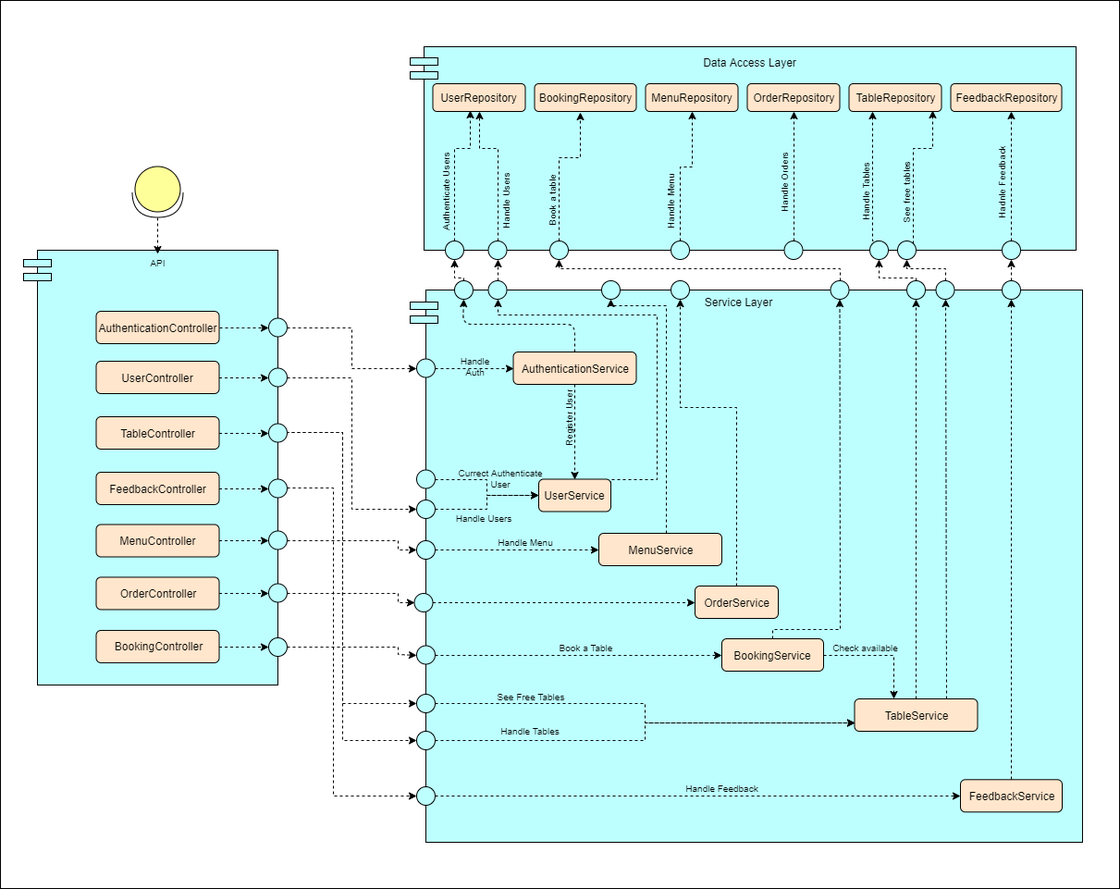
Above: diagrams/Backend Functional Viewpoint.png in ianic1999/tasty-food-here-platform (draw.io), before the change. Source tidied: cells renumbered, new cells last; positions are measured from the earlier drawing's top-left corner, leaving out a move shared by most shapes.
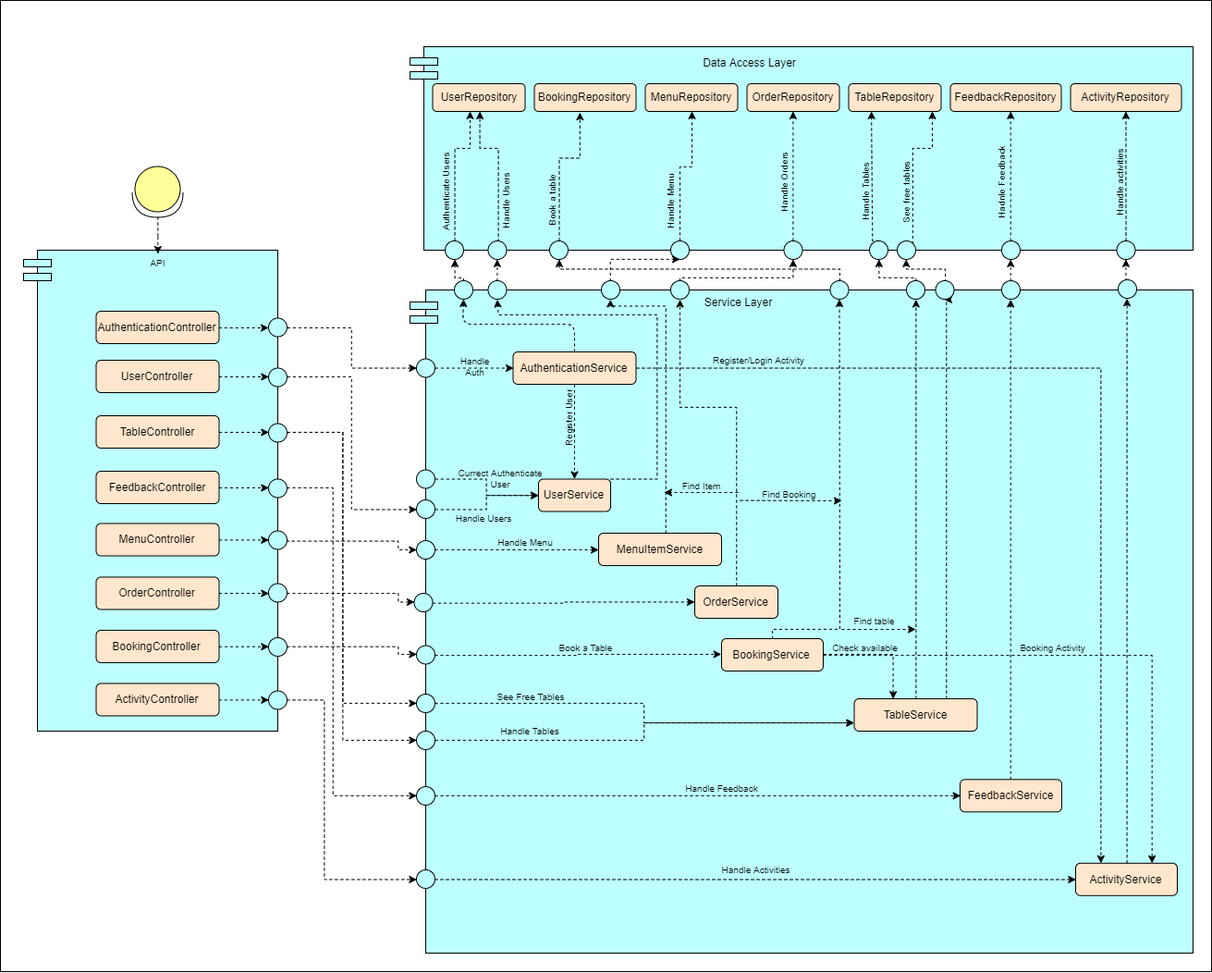
Later version of the same file.

Commit message:
create activity entity

Diff of the diagram source:
```diff
@@ -3,10 +3,10 @@
     <mxCell id="0" />
     <mxCell id="1" parent="0" />
     <mxCell id="2" style="rounded=0;whiteSpace=wrap;html=1;" parent="1" vertex="1">
-      <mxGeometry width="1210" height="960" as="geometry" />
+      <mxGeometry width="1310" height="1050" as="geometry" />
     </mxCell>
     <mxCell id="3" style="rounded=0;whiteSpace=wrap;html=1;fillColor=#BDFFFF;" parent="1" vertex="1">
-      <mxGeometry x="458" y="50" width="705" height="220" as="geometry" />
+      <mxGeometry x="458" y="50" width="832" height="220" as="geometry" />
     </mxCell>
     <mxCell id="4" value="Data Access Layer" style="text;html=1;strokeColor=none;fillColor=none;align=center;verticalAlign=middle;whiteSpace=wrap;rounded=0;" parent="1" vertex="1">
       <mxGeometry x="745" y="57" width="130" height="20" as="geometry" />
@@ -41,7 +41,7 @@
       <mxGeometry x="481" y="260" width="20" height="20" as="geometry" />
     </mxCell>
     <mxCell id="13" style="rounded=0;whiteSpace=wrap;html=1;fillColor=#BDFFFF;" parent="1" vertex="1">
-      <mxGeometry x="460" y="313" width="710" height="597" as="geometry" />
+      <mxGeometry x="460" y="313" width="830" height="717" as="geometry" />
     </mxCell>
     <mxCell id="14" value="Service Layer" style="text;html=1;strokeColor=none;fillColor=none;align=center;verticalAlign=middle;whiteSpace=wrap;rounded=0;" parent="1" vertex="1">
       <mxGeometry x="751" y="316" width="93" height="20" as="geometry" />
@@ -49,6 +49,9 @@
     <mxCell id="15" style="edgeStyle=orthogonalEdgeStyle;rounded=0;jettySize=auto;html=1;exitX=0.5;exitY=1;exitDx=0;exitDy=0;entryX=0.5;entryY=0;entryDx=0;entryDy=0;dashed=1;fontSize=10;" parent="1" edge="1" source="16" target="18">
       <mxGeometry relative="1" as="geometry" />
     </mxCell>
+    <mxCell id="135" style="edgeStyle=orthogonalEdgeStyle;rounded=0;jettySize=auto;html=1;exitX=1;exitY=0.5;exitDx=0;exitDy=0;entryX=0.25;entryY=0;entryDx=0;entryDy=0;dashed=1;" parent="1" edge="1" source="16" target="148">
+      <mxGeometry relative="1" as="geometry" />
+    </mxCell>
     <mxCell id="16" value="AuthenticationService" style="rounded=1;whiteSpace=wrap;html=1;fillColor=#FFE6CC;" parent="1" vertex="1">
       <mxGeometry x="554.5" y="380" width="133" height="35" as="geometry" />
     </mxCell>
@@ -75,6 +78,9 @@
         </Array>
       </mxGeometry>
     </mxCell>
+    <mxCell id="136" style="edgeStyle=orthogonalEdgeStyle;rounded=0;jettySize=auto;html=1;entryX=0.75;entryY=0;entryDx=0;entryDy=0;dashed=1;" parent="1" edge="1" source="21" target="148">
+      <mxGeometry relative="1" as="geometry" />
+    </mxCell>
     <mxCell id="21" value="BookingService" style="rounded=1;whiteSpace=wrap;html=1;fillColor=#FFE6CC;" parent="1" vertex="1">
       <mxGeometry x="780" y="690" width="110" height="35" as="geometry" />
     </mxCell>
@@ -104,7 +110,7 @@
         </Array>
       </mxGeometry>
     </mxCell>
-    <mxCell id="27" value="MenuService" style="rounded=1;whiteSpace=wrap;html=1;fillColor=#FFE6CC;" parent="1" vertex="1">
+    <mxCell id="27" value="MenuItemService" style="rounded=1;whiteSpace=wrap;html=1;fillColor=#FFE6CC;" parent="1" vertex="1">
       <mxGeometry x="647" y="576" width="133" height="35" as="geometry" />
     </mxCell>
     <mxCell id="28" style="edgeStyle=orthogonalEdgeStyle;rounded=0;jettySize=auto;html=1;exitX=0.5;exitY=0;exitDx=0;exitDy=0;entryX=0.5;entryY=1;entryDx=0;entryDy=0;dashed=1;fontSize=10;" parent="1" edge="1" source="30" target="81">
@@ -380,14 +386,31 @@
     <mxCell id="97" style="ellipse;whiteSpace=wrap;html=1;fillColor=#BDFFFF;" parent="1" vertex="1">
       <mxGeometry x="447.5" y="641" width="20" height="20" as="geometry" />
     </mxCell>
+    <mxCell id="137" style="edgeStyle=orthogonalEdgeStyle;rounded=0;jettySize=auto;html=1;exitX=0.5;exitY=0;exitDx=0;exitDy=0;entryX=0.5;entryY=1;entryDx=0;entryDy=0;dashed=1;" parent="1" edge="1" source="98" target="43">
+      <mxGeometry relative="1" as="geometry">
+        <Array as="points">
+          <mxPoint x="735" y="300" />
+          <mxPoint x="857" y="300" />
+        </Array>
+      </mxGeometry>
+    </mxCell>
     <mxCell id="98" style="ellipse;whiteSpace=wrap;html=1;fillColor=#BDFFFF;" parent="1" vertex="1">
       <mxGeometry x="725" y="303" width="20" height="20" as="geometry" />
     </mxCell>
+    <mxCell id="138" style="edgeStyle=orthogonalEdgeStyle;rounded=0;orthogonalLoop=1;jettySize=auto;html=1;exitX=0.5;exitY=0;exitDx=0;exitDy=0;entryX=0.5;entryY=1;entryDx=0;entryDy=0;dashed=1;" parent="1" edge="1">
+      <mxGeometry relative="1" as="geometry">
+        <mxPoint x="659.8" y="303.4" as="sourcePoint" />
+        <mxPoint x="735.1" y="279.9" as="targetPoint" />
+        <Array as="points">
+          <mxPoint x="660" y="280" />
+        </Array>
+      </mxGeometry>
+    </mxCell>
     <mxCell id="99" style="ellipse;whiteSpace=wrap;html=1;fillColor=#BDFFFF;" parent="1" vertex="1">
       <mxGeometry x="650" y="303" width="20" height="20" as="geometry" />
     </mxCell>
     <mxCell id="100" style="rounded=0;whiteSpace=wrap;html=1;fillColor=#BDFFFF;fontSize=10;" parent="1" vertex="1">
-      <mxGeometry x="40" y="270" width="260" height="470" as="geometry" />
+      <mxGeometry x="40" y="270" width="260" height="520" as="geometry" />
     </mxCell>
     <mxCell id="101" value="API" style="text;html=1;strokeColor=none;fillColor=none;align=center;verticalAlign=middle;whiteSpace=wrap;rounded=0;fontSize=10;" parent="1" vertex="1">
       <mxGeometry x="150" y="274" width="40" height="20" as="geometry" />
@@ -414,25 +437,25 @@
       <mxGeometry relative="1" as="geometry" />
     </mxCell>
     <mxCell id="109" value="UserController" style="rounded=1;whiteSpace=wrap;html=1;fillColor=#FFE6CC;" parent="1" vertex="1">
-      <mxGeometry x="103.5" y="390" width="133" height="35" as="geometry" />
+      <mxGeometry x="103.5" y="389" width="133" height="35" as="geometry" />
     </mxCell>
     <mxCell id="110" style="edgeStyle=orthogonalEdgeStyle;rounded=0;jettySize=auto;html=1;entryX=0;entryY=0.5;entryDx=0;entryDy=0;dashed=1;fontSize=10;" parent="1" edge="1" source="111" target="126">
       <mxGeometry relative="1" as="geometry" />
     </mxCell>
     <mxCell id="111" value="TableController" style="rounded=1;whiteSpace=wrap;html=1;fillColor=#FFE6CC;" parent="1" vertex="1">
-      <mxGeometry x="103.5" y="450" width="133" height="35" as="geometry" />
+      <mxGeometry x="103.5" y="449" width="133" height="35" as="geometry" />
     </mxCell>
     <mxCell id="112" style="edgeStyle=orthogonalEdgeStyle;rounded=0;jettySize=auto;html=1;entryX=0;entryY=0.5;entryDx=0;entryDy=0;dashed=1;fontSize=10;" parent="1" edge="1" source="113" target="128">
       <mxGeometry relative="1" as="geometry" />
     </mxCell>
     <mxCell id="113" value="FeedbackController" style="rounded=1;whiteSpace=wrap;html=1;fillColor=#FFE6CC;" parent="1" vertex="1">
-      <mxGeometry x="103.5" y="510" width="133" height="35" as="geometry" />
+      <mxGeometry x="103.5" y="509" width="133" height="35" as="geometry" />
     </mxCell>
     <mxCell id="114" style="edgeStyle=orthogonalEdgeStyle;rounded=0;jettySize=auto;html=1;entryX=0;entryY=0.5;entryDx=0;entryDy=0;dashed=1;fontSize=10;" parent="1" edge="1" source="115" target="130">
       <mxGeometry relative="1" as="geometry" />
     </mxCell>
     <mxCell id="115" value="MenuController" style="rounded=1;whiteSpace=wrap;html=1;fillColor=#FFE6CC;" parent="1" vertex="1">
-      <mxGeometry x="103.5" y="566.5" width="133" height="35" as="geometry" />
+      <mxGeometry x="103.5" y="565.5" width="133" height="35" as="geometry" />
     </mxCell>
     <mxCell id="116" style="edgeStyle=orthogonalEdgeStyle;rounded=0;jettySize=auto;html=1;entryX=0;entryY=0.5;entryDx=0;entryDy=0;dashed=1;fontSize=10;" parent="1" edge="1" source="117" target="132">
       <mxGeometry relative="1" as="geometry" />
@@ -521,5 +544,88 @@
     <mxCell id="134" style="ellipse;whiteSpace=wrap;html=1;fillColor=#BDFFFF;" parent="1" vertex="1">
       <mxGeometry x="290" y="689" width="20" height="20" as="geometry" />
     </mxCell>
+    <mxCell id="139" style="edgeStyle=orthogonalEdgeStyle;rounded=0;jettySize=auto;html=1;exitX=1;exitY=0.5;exitDx=0;exitDy=0;entryX=0;entryY=0.5;entryDx=0;entryDy=0;dashed=1;" parent="1" edge="1" source="140" target="142">
+      <mxGeometry relative="1" as="geometry" />
+    </mxCell>
+    <mxCell id="140" value="ActivityController" style="rounded=1;whiteSpace=wrap;html=1;fillColor=#FFE6CC;" parent="1" vertex="1">
+      <mxGeometry x="103.5" y="738.5" width="133" height="35" as="geometry" />
+    </mxCell>
+    <mxCell id="141" style="edgeStyle=orthogonalEdgeStyle;rounded=0;jettySize=auto;html=1;entryX=0;entryY=0.5;entryDx=0;entryDy=0;dashed=1;" parent="1" edge="1" source="142" target="152">
+      <mxGeometry relative="1" as="geometry">
+        <Array as="points">
+          <mxPoint x="350" y="756" />
+          <mxPoint x="350" y="950" />
+        </Array>
+      </mxGeometry>
+    </mxCell>
+    <mxCell id="142" style="ellipse;whiteSpace=wrap;html=1;fillColor=#BDFFFF;" parent="1" vertex="1">
+      <mxGeometry x="290" y="746.5" width="20" height="20" as="geometry" />
+    </mxCell>
+    <mxCell id="143" value="ActivityRepository" style="rounded=1;whiteSpace=wrap;html=1;fillColor=#FFE6CC;" parent="1" vertex="1">
+      <mxGeometry x="1157.5" y="90" width="120" height="30" as="geometry" />
+    </mxCell>
+    <mxCell id="144" style="edgeStyle=orthogonalEdgeStyle;rounded=0;jettySize=auto;html=1;entryX=0.5;entryY=1;entryDx=0;entryDy=0;dashed=1;" parent="1" edge="1" source="145" target="143">
+      <mxGeometry relative="1" as="geometry" />
+    </mxCell>
+    <mxCell id="145" style="ellipse;whiteSpace=wrap;html=1;fillColor=#BDFFFF;" parent="1" vertex="1">
+      <mxGeometry x="1207.5" y="260" width="20" height="20" as="geometry" />
+    </mxCell>
+    <mxCell id="146" value="Handle activities" style="text;html=1;strokeColor=none;fillColor=none;align=center;verticalAlign=middle;whiteSpace=wrap;rounded=0;fontSize=10;rotation=-90;" parent="1" vertex="1">
+      <mxGeometry x="1155" y="186.8" width="110" height="20" as="geometry" />
+    </mxCell>
+    <mxCell id="147" style="edgeStyle=orthogonalEdgeStyle;rounded=0;jettySize=auto;html=1;entryX=0.5;entryY=1;entryDx=0;entryDy=0;dashed=1;" parent="1" edge="1" source="148" target="150">
+      <mxGeometry relative="1" as="geometry" />
+    </mxCell>
+    <mxCell id="148" value="ActivityService" style="rounded=1;whiteSpace=wrap;html=1;fillColor=#FFE6CC;" parent="1" vertex="1">
+      <mxGeometry x="1163" y="932.8" width="110" height="35" as="geometry" />
+    </mxCell>
+    <mxCell id="149" style="edgeStyle=orthogonalEdgeStyle;rounded=0;jettySize=auto;html=1;exitX=0.5;exitY=0;exitDx=0;exitDy=0;entryX=0.5;entryY=1;entryDx=0;entryDy=0;dashed=1;" parent="1" edge="1" source="150" target="145">
+      <mxGeometry relative="1" as="geometry" />
+    </mxCell>
+    <mxCell id="150" style="ellipse;whiteSpace=wrap;html=1;fillColor=#BDFFFF;" parent="1" vertex="1">
+      <mxGeometry x="1209" y="302" width="20" height="20" as="geometry" />
+    </mxCell>
+    <mxCell id="151" style="edgeStyle=orthogonalEdgeStyle;rounded=0;jettySize=auto;html=1;entryX=0;entryY=0.5;entryDx=0;entryDy=0;dashed=1;" parent="1" edge="1" source="152" target="148">
+      <mxGeometry relative="1" as="geometry" />
+    </mxCell>
+    <mxCell id="152" style="ellipse;whiteSpace=wrap;html=1;fillColor=#BDFFFF;" parent="1" vertex="1">
+      <mxGeometry x="450" y="940" width="20" height="20" as="geometry" />
+    </mxCell>
+    <mxCell id="153" value="Handle Activities" style="text;html=1;strokeColor=none;fillColor=none;align=center;verticalAlign=middle;whiteSpace=wrap;rounded=0;fontSize=10;rotation=0;" parent="1" vertex="1">
+      <mxGeometry x="761.5" y="929.8" width="110" height="20" as="geometry" />
+    </mxCell>
+    <mxCell id="154" style="endArrow=classic;html=1;dashed=1;" parent="1" edge="1">
+      <mxGeometry relative="1" as="geometry">
+        <mxPoint x="910" y="680" as="sourcePoint" />
+        <mxPoint x="990" y="680" as="targetPoint" />
+      </mxGeometry>
+    </mxCell>
+    <mxCell id="155" value="Find table" style="text;html=1;strokeColor=none;fillColor=none;align=center;verticalAlign=middle;whiteSpace=wrap;rounded=0;fontSize=10;rotation=0;" parent="1" vertex="1">
+      <mxGeometry x="890" y="661.3" width="110" height="20" as="geometry" />
+    </mxCell>
+    <mxCell id="156" style="endArrow=classic;html=1;dashed=1;" parent="1" edge="1">
+      <mxGeometry relative="1" as="geometry">
+        <mxPoint x="798" y="532" as="sourcePoint" />
+        <mxPoint x="718" y="532" as="targetPoint" />
+      </mxGeometry>
+    </mxCell>
+    <mxCell id="157" value="Find Item" style="text;html=1;strokeColor=none;fillColor=none;align=center;verticalAlign=middle;whiteSpace=wrap;rounded=0;fontSize=10;rotation=0;" parent="1" vertex="1">
+      <mxGeometry x="703" y="514.8" width="110" height="20" as="geometry" />
+    </mxCell>
+    <mxCell id="158" style="endArrow=classic;html=1;dashed=1;" parent="1" edge="1">
+      <mxGeometry relative="1" as="geometry">
+        <mxPoint x="800" y="540.6" as="sourcePoint" />
+        <mxPoint x="910" y="541" as="targetPoint" />
+      </mxGeometry>
+    </mxCell>
+    <mxCell id="159" value="Find Booking" style="text;html=1;strokeColor=none;fillColor=none;align=center;verticalAlign=middle;whiteSpace=wrap;rounded=0;fontSize=10;rotation=0;" parent="1" vertex="1">
+      <mxGeometry x="797.5" y="523.8" width="110" height="20" as="geometry" />
+    </mxCell>
+    <mxCell id="160" value="Register/Login Activity" style="text;html=1;strokeColor=none;fillColor=none;align=center;verticalAlign=middle;whiteSpace=wrap;rounded=0;fontSize=10;rotation=0;" parent="1" vertex="1">
+      <mxGeometry x="765" y="378.8" width="110" height="20" as="geometry" />
+    </mxCell>
+    <mxCell id="161" value="Booking Activity" style="text;html=1;strokeColor=none;fillColor=none;align=center;verticalAlign=middle;whiteSpace=wrap;rounded=0;fontSize=10;rotation=0;" parent="1" vertex="1">
+      <mxGeometry x="1083" y="689.8" width="110" height="20" as="geometry" />
+    </mxCell>
   </root>
 </mxGraphModel>
```
